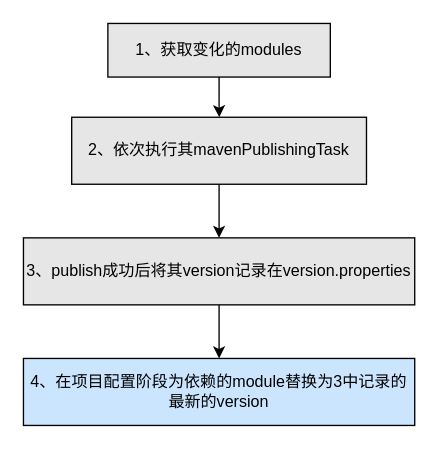
This is page "Page-12" (12 of 28) of T9.drawio from shinecjj/UML, a draw.io file, before an edit. Source tidied: cells renumbered, new cells numbered last; positions are measured from the earlier drawing's top-left corner, leaving out a move shared by most shapes. Both pictures are drawn from the tidied source at 134%, with x=0, y=0 at pixel (23, 23).
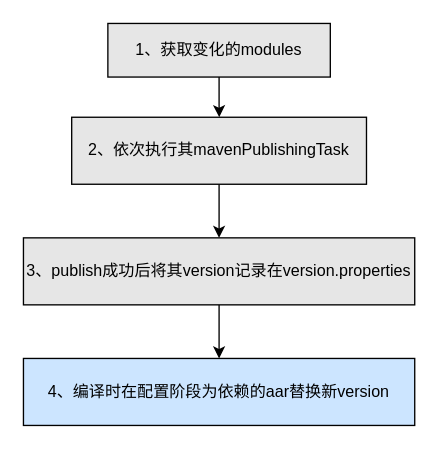
The same diagram, later.

What changed in the source:
```diff
@@
 <mxGraphModel>
   <root>
     <mxCell id="0" />
     <mxCell id="1" parent="0" />
     <mxCell id="2" style="edgeStyle=orthogonalEdgeStyle;rounded=0;jettySize=auto;html=1;" parent="1" edge="1" source="3">
       <mxGeometry relative="1" as="geometry">
         <mxPoint x="146.1" y="70" as="targetPoint" />
       </mxGeometry>
     </mxCell>
     <mxCell id="3" value="1、获取变化的modules" style="rounded=0;whiteSpace=wrap;html=1;fillColor=#E6E6E6;" parent="1" vertex="1">
       <mxGeometry x="63" width="166" height="40" as="geometry" />
     </mxCell>
     <mxCell id="4" style="edgeStyle=orthogonalEdgeStyle;rounded=0;jettySize=auto;html=1;" parent="1" edge="1" source="5" target="7">
       <mxGeometry relative="1" as="geometry" />
     </mxCell>
     <mxCell id="5" value="&lt;span&gt;2、依次执行其mavenPublishingTask&lt;/span&gt;" style="rounded=0;whiteSpace=wrap;html=1;fillColor=#E6E6E6;" parent="1" vertex="1">
       <mxGeometry x="36" y="70" width="220" height="50" as="geometry" />
     </mxCell>
     <mxCell id="6" style="edgeStyle=orthogonalEdgeStyle;rounded=0;jettySize=auto;html=1;" parent="1" edge="1" source="7" target="8">
       <mxGeometry relative="1" as="geometry" />
     </mxCell>
     <mxCell id="7" value="&lt;span style=&quot;text-align: right&quot;&gt;3、publish成功后将其version记录在version.properties&lt;/span&gt;" style="rounded=0;whiteSpace=wrap;html=1;fillColor=#E6E6E6;" parent="1" vertex="1">
       <mxGeometry y="160" width="292" height="50" as="geometry" />
     </mxCell>
-    <mxCell id="8" value="&lt;span style=&quot;text-align: right&quot;&gt;4、在项目配置阶段为依赖的module替换为3中记录的最新的version&lt;/span&gt;" style="rounded=0;whiteSpace=wrap;html=1;fillColor=#CCE5FF;" parent="1" vertex="1">
+    <mxCell id="8" value="&lt;span style=&quot;text-align: right&quot;&gt;4、编译时在配置阶段为依赖的aar替换新version&lt;/span&gt;" style="rounded=0;whiteSpace=wrap;html=1;fillColor=#CCE5FF;" parent="1" vertex="1">
       <mxGeometry y="250" width="292" height="50" as="geometry" />
     </mxCell>
   </root>
 </mxGraphModel>
```
